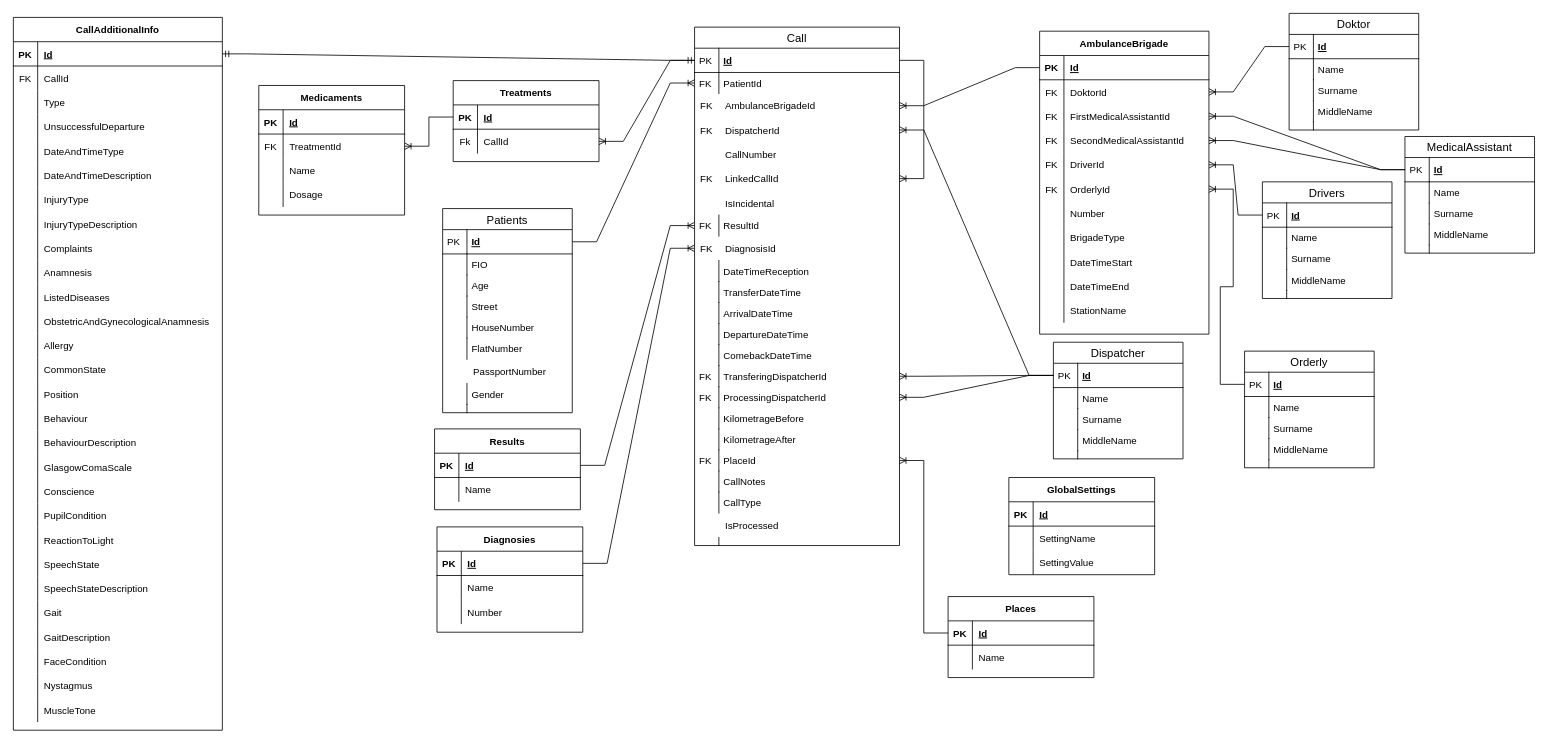
zalyz/Diplom keeps this draw.io diagram as Database scheme.drawio. Above is the earlier version. Source tidied: cells renumbered, new cells numbered last; positions are measured from the earlier drawing's top-left corner, leaving out a move shared by most shapes. Both pictures are drawn from the tidied source at 81%, with x=0, y=0 at pixel (13, 13).
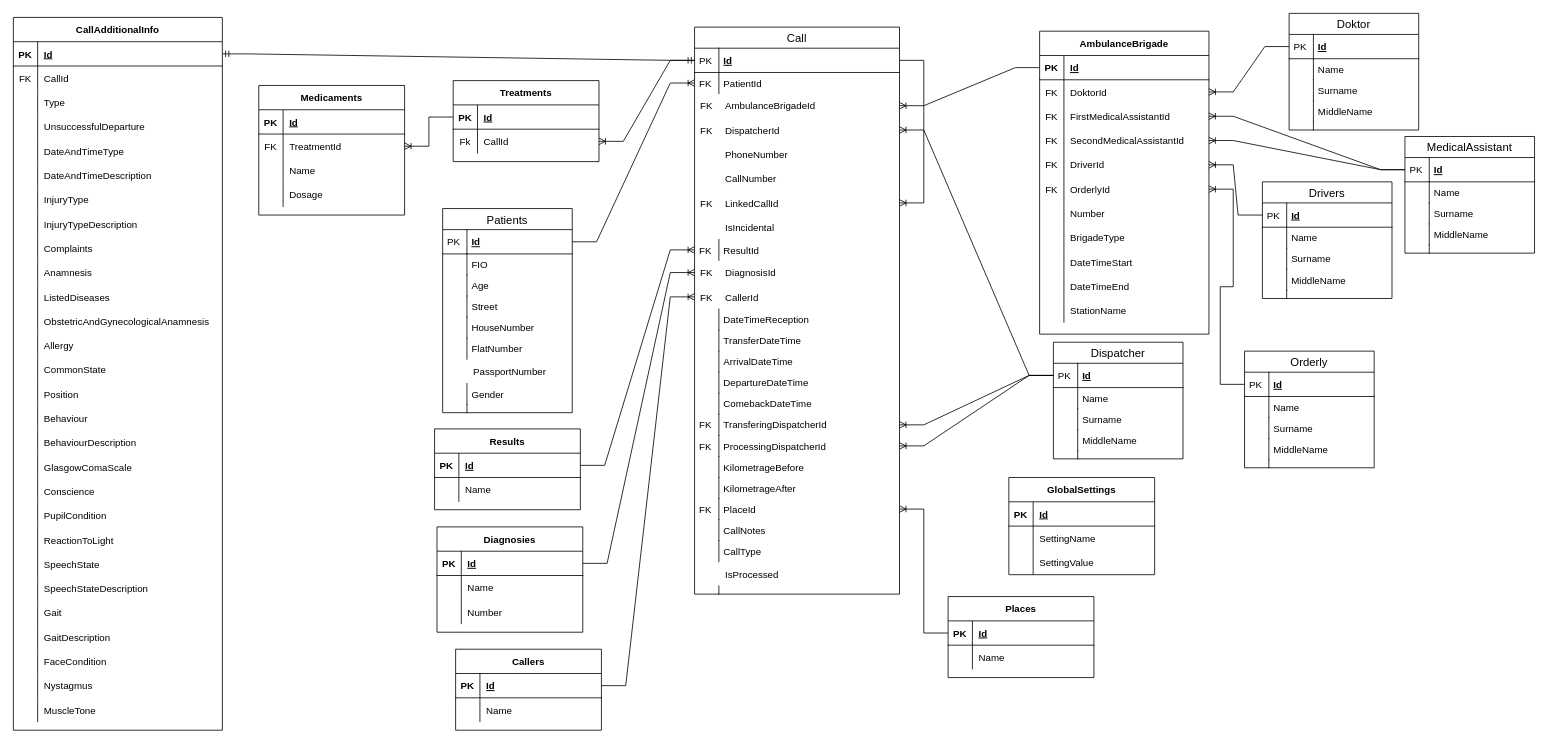
After the change.

The edit, as a diff of the source:
```diff
@@
     <mxCell id="2" value="Call" style="swimlane;fontStyle=0;horizontal=1;startSize=26;align=center;fontSize=14;" parent="1" vertex="1">
-      <mxGeometry x="841" y="17" width="253" height="640" as="geometry" />
+      <mxGeometry x="841" y="17" width="253" height="700" as="geometry" />
     </mxCell>
@@
     <mxCell id="7" style="shape=table;startSize=0;childLayout=tableLayout;rowLines=0;fontStyle=0;align=center;strokeColor=none;fillColor=none;" parent="2" vertex="1">
-      <mxGeometry y="82" width="253" height="90" as="geometry" />
+      <mxGeometry y="82" width="253" height="120" as="geometry" />
     </mxCell>
@@
+    <mxCell id="327" style="shape=tableRow;horizontal=0;startSize=0;swimlaneHead=0;swimlaneBody=0;fillColor=none;top=0;left=0;right=0;bottom=0;" parent="7" vertex="1">
+      <mxGeometry y="60" width="253" height="30" as="geometry" />
+    </mxCell>
+    <mxCell id="328" style="shape=partialRectangle;fillColor=none;top=0;left=0;bottom=0;right=0;overflow=hidden;" parent="327" vertex="1">
+      <mxGeometry width="30" height="30" as="geometry" />
+    </mxCell>
+    <mxCell id="329" value="PhoneNumber" style="shape=partialRectangle;fillColor=none;top=0;left=0;bottom=0;right=0;align=left;spacingLeft=6;overflow=hidden;" parent="327" vertex="1">
+      <mxGeometry x="30" width="223" height="30" as="geometry" />
+    </mxCell>
     <mxCell id="14" style="shape=tableRow;horizontal=0;startSize=0;swimlaneHead=0;swimlaneBody=0;fillColor=none;top=0;left=0;right=0;bottom=0;" parent="7" vertex="1">
-      <mxGeometry y="60" width="253" height="30" as="geometry" />
+      <mxGeometry y="90" width="253" height="30" as="geometry" />
     </mxCell>
@@
     <mxCell id="17" style="shape=table;startSize=0;childLayout=tableLayout;rowLines=0;fontStyle=0;align=center;strokeColor=none;fillColor=none;" parent="2" vertex="1">
-      <mxGeometry y="172" width="253" height="30" as="geometry" />
+      <mxGeometry y="202" width="253" height="30" as="geometry" />
     </mxCell>
@@
     <mxCell id="21" style="shape=table;startSize=0;childLayout=tableLayout;rowLines=0;fontStyle=0;align=center;strokeColor=none;fillColor=none;" parent="2" vertex="1">
-      <mxGeometry y="202" width="253" height="30" as="geometry" />
+      <mxGeometry y="232" width="253" height="30" as="geometry" />
     </mxCell>
@@
     <mxCell id="25" value="ResultId" style="shape=partialRectangle;top=0;left=0;right=0;bottom=0;align=left;verticalAlign=top;fillColor=none;spacingLeft=34;spacingRight=4;overflow=hidden;points=[[0,0.5],[1,0.5]];portConstraint=eastwest;fontSize=12;" parent="2" vertex="1">
-      <mxGeometry y="232" width="253" height="26" as="geometry" />
+      <mxGeometry y="262" width="253" height="26" as="geometry" />
     </mxCell>
@@
     <mxCell id="27" style="shape=table;startSize=0;childLayout=tableLayout;rowLines=0;fontStyle=0;align=center;strokeColor=none;fillColor=none;" parent="2" vertex="1">
-      <mxGeometry y="258" width="253" height="30" as="geometry" />
+      <mxGeometry y="288" width="253" height="60" as="geometry" />
     </mxCell>
@@
+    <mxCell id="330" style="shape=tableRow;horizontal=0;startSize=0;swimlaneHead=0;swimlaneBody=0;fillColor=none;points=[[0,0.5],[1,0.5]];portConstraint=eastwest;top=0;left=0;right=0;bottom=0;" parent="27" vertex="1">
+      <mxGeometry y="30" width="253" height="30" as="geometry" />
+    </mxCell>
+    <mxCell id="331" value="FK" style="shape=partialRectangle;fillColor=none;top=0;left=0;bottom=0;right=0;overflow=hidden;" parent="330" vertex="1">
+      <mxGeometry width="30" height="30" as="geometry" />
+    </mxCell>
+    <mxCell id="332" value="CallerId" style="shape=partialRectangle;fillColor=none;top=0;left=0;bottom=0;right=0;align=left;spacingLeft=6;overflow=hidden;" parent="330" vertex="1">
+      <mxGeometry x="30" width="223" height="30" as="geometry" />
+    </mxCell>
     <mxCell id="31" value="DateTimeReception" style="shape=partialRectangle;top=0;left=0;right=0;bottom=0;align=left;verticalAlign=top;fillColor=none;spacingLeft=34;spacingRight=4;overflow=hidden;fontSize=12;" parent="2" vertex="1">
-      <mxGeometry y="288" width="253" height="26" as="geometry" />
+      <mxGeometry y="348" width="253" height="26" as="geometry" />
     </mxCell>
@@
     <mxCell id="33" value="TransferDateTime" style="shape=partialRectangle;top=0;left=0;right=0;bottom=0;align=left;verticalAlign=top;fillColor=none;spacingLeft=34;spacingRight=4;overflow=hidden;fontSize=12;" parent="2" vertex="1">
-      <mxGeometry y="314" width="253" height="26" as="geometry" />
+      <mxGeometry y="374" width="253" height="26" as="geometry" />
     </mxCell>
@@
     <mxCell id="35" value="ArrivalDateTime" style="shape=partialRectangle;top=0;left=0;right=0;bottom=0;align=left;verticalAlign=top;fillColor=none;spacingLeft=34;spacingRight=4;overflow=hidden;fontSize=12;" parent="2" vertex="1">
-      <mxGeometry y="340" width="253" height="26" as="geometry" />
+      <mxGeometry y="400" width="253" height="26" as="geometry" />
     </mxCell>
@@
     <mxCell id="37" value="DepartureDateTime" style="shape=partialRectangle;top=0;left=0;right=0;bottom=0;align=left;verticalAlign=top;fillColor=none;spacingLeft=34;spacingRight=4;overflow=hidden;fontSize=12;" parent="2" vertex="1">
-      <mxGeometry y="366" width="253" height="26" as="geometry" />
+      <mxGeometry y="426" width="253" height="26" as="geometry" />
     </mxCell>
@@
     <mxCell id="39" value="ComebackDateTime" style="shape=partialRectangle;top=0;left=0;right=0;bottom=0;align=left;verticalAlign=top;fillColor=none;spacingLeft=34;spacingRight=4;overflow=hidden;fontSize=12;" parent="2" vertex="1">
-      <mxGeometry y="392" width="253" height="26" as="geometry" />
+      <mxGeometry y="452" width="253" height="26" as="geometry" />
     </mxCell>
@@
     <mxCell id="41" value="TransferingDispatcherId" style="shape=partialRectangle;top=0;left=0;right=0;bottom=0;align=left;verticalAlign=top;fillColor=none;spacingLeft=34;spacingRight=4;overflow=hidden;points=[[0,0.5],[1,0.5]];portConstraint=eastwest;fontSize=12;" parent="2" vertex="1">
-      <mxGeometry y="418" width="253" height="26" as="geometry" />
+      <mxGeometry y="478" width="253" height="26" as="geometry" />
     </mxCell>
@@
     <mxCell id="43" value="ProcessingDispatcherId" style="shape=partialRectangle;top=0;left=0;right=0;bottom=0;align=left;verticalAlign=top;fillColor=none;spacingLeft=34;spacingRight=4;overflow=hidden;points=[[0,0.5],[1,0.5]];portConstraint=eastwest;fontSize=12;" parent="2" vertex="1">
-      <mxGeometry y="444" width="253" height="26" as="geometry" />
+      <mxGeometry y="504" width="253" height="26" as="geometry" />
     </mxCell>
@@
     <mxCell id="45" value="KilometrageBefore" style="shape=partialRectangle;top=0;left=0;right=0;bottom=0;align=left;verticalAlign=top;fillColor=none;spacingLeft=34;spacingRight=4;overflow=hidden;fontSize=12;" parent="2" vertex="1">
-      <mxGeometry y="470" width="253" height="26" as="geometry" />
+      <mxGeometry y="530" width="253" height="26" as="geometry" />
     </mxCell>
@@
     <mxCell id="47" value="KilometrageAfter" style="shape=partialRectangle;top=0;left=0;right=0;bottom=0;align=left;verticalAlign=top;fillColor=none;spacingLeft=34;spacingRight=4;overflow=hidden;fontSize=12;" parent="2" vertex="1">
-      <mxGeometry y="496" width="253" height="26" as="geometry" />
+      <mxGeometry y="556" width="253" height="26" as="geometry" />
     </mxCell>
@@
     <mxCell id="49" value="PlaceId" style="shape=partialRectangle;top=0;left=0;right=0;bottom=0;align=left;verticalAlign=top;fillColor=none;spacingLeft=34;spacingRight=4;overflow=hidden;points=[[0,0.5],[1,0.5]];portConstraint=eastwest;fontSize=12;" parent="2" vertex="1">
-      <mxGeometry y="522" width="253" height="26" as="geometry" />
+      <mxGeometry y="582" width="253" height="26" as="geometry" />
     </mxCell>
@@
     <mxCell id="51" value="CallNotes" style="shape=partialRectangle;top=0;left=0;right=0;bottom=0;align=left;verticalAlign=top;fillColor=none;spacingLeft=34;spacingRight=4;overflow=hidden;fontSize=12;" parent="2" vertex="1">
-      <mxGeometry y="548" width="253" height="26" as="geometry" />
+      <mxGeometry y="608" width="253" height="26" as="geometry" />
     </mxCell>
@@
     <mxCell id="53" value="CallType" style="shape=partialRectangle;top=0;left=0;right=0;bottom=0;align=left;verticalAlign=top;fillColor=none;spacingLeft=34;spacingRight=4;overflow=hidden;fontSize=12;" parent="2" vertex="1">
-      <mxGeometry y="574" width="253" height="26" as="geometry" />
+      <mxGeometry y="634" width="253" height="26" as="geometry" />
     </mxCell>
@@
     <mxCell id="55" style="shape=table;startSize=0;childLayout=tableLayout;rowLines=0;fontStyle=0;align=center;strokeColor=none;fillColor=none;" parent="2" vertex="1">
-      <mxGeometry y="600" width="253" height="30" as="geometry" />
+      <mxGeometry y="660" width="253" height="30" as="geometry" />
     </mxCell>
@@
     <mxCell id="59" style="shape=partialRectangle;top=0;left=0;right=0;bottom=0;align=left;verticalAlign=top;fillColor=none;spacingLeft=34;spacingRight=4;overflow=hidden;fontSize=12;" parent="2" vertex="1">
-      <mxGeometry y="630" width="253" height="10" as="geometry" />
+      <mxGeometry y="690" width="253" height="10" as="geometry" />
     </mxCell>
@@
+    <mxCell id="333" value="Callers" style="shape=table;startSize=30;childLayout=tableLayout;rowLines=0;fontStyle=1;align=center;" parent="1" vertex="1">
+      <mxGeometry x="546" y="785" width="180" height="100" as="geometry" />
+    </mxCell>
+    <mxCell id="334" style="shape=tableRow;horizontal=0;startSize=0;swimlaneHead=0;swimlaneBody=0;fillColor=none;points=[[0,0.5],[1,0.5]];portConstraint=eastwest;top=0;left=0;right=0;bottom=1;" parent="333" vertex="1">
+      <mxGeometry y="30" width="180" height="30" as="geometry" />
+    </mxCell>
+    <mxCell id="335" value="PK" style="shape=partialRectangle;fillColor=none;top=0;left=0;bottom=0;right=0;fontStyle=1;overflow=hidden;" parent="334" vertex="1">
+      <mxGeometry width="30" height="30" as="geometry" />
+    </mxCell>
+    <mxCell id="336" value="Id" style="shape=partialRectangle;fillColor=none;top=0;left=0;bottom=0;right=0;align=left;spacingLeft=6;fontStyle=5;overflow=hidden;" parent="334" vertex="1">
+      <mxGeometry x="30" width="150" height="30" as="geometry" />
+    </mxCell>
+    <mxCell id="337" style="shape=tableRow;horizontal=0;startSize=0;swimlaneHead=0;swimlaneBody=0;fillColor=none;top=0;left=0;right=0;bottom=0;" parent="333" vertex="1">
+      <mxGeometry y="60" width="180" height="30" as="geometry" />
+    </mxCell>
+    <mxCell id="338" style="shape=partialRectangle;fillColor=none;top=0;left=0;bottom=0;right=0;overflow=hidden;" parent="337" vertex="1">
+      <mxGeometry width="30" height="30" as="geometry" />
+    </mxCell>
+    <mxCell id="339" value="Name" style="shape=partialRectangle;fillColor=none;top=0;left=0;bottom=0;right=0;align=left;spacingLeft=6;overflow=hidden;" parent="337" vertex="1">
+      <mxGeometry x="30" width="150" height="30" as="geometry" />
+    </mxCell>
+    <mxCell id="340" style="edgeStyle=entityRelationEdgeStyle;fontSize=12;html=1;endArrow=ERoneToMany;rounded=0;entryX=0;entryY=0.5;entryDx=0;entryDy=0;exitX=1;exitY=0.5;exitDx=0;exitDy=0;" parent="1" edge="1" source="334" target="330">
+      <mxGeometry relative="1" as="geometry" />
+    </mxCell>
```
